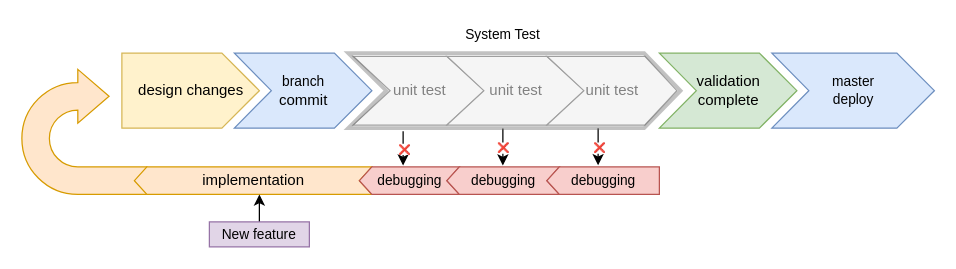
JosiahMendes/MIPS32-T501 keeps this draw.io diagram as docs/Testing_Flow.drawio. Above is the earlier version. Source tidied: cells renumbered, new cells numbered last; positions are measured from the earlier drawing's top-left corner, leaving out a move shared by most shapes. Both pictures are drawn from the tidied source at 125%, with x=0, y=0 at pixel (21, 21).
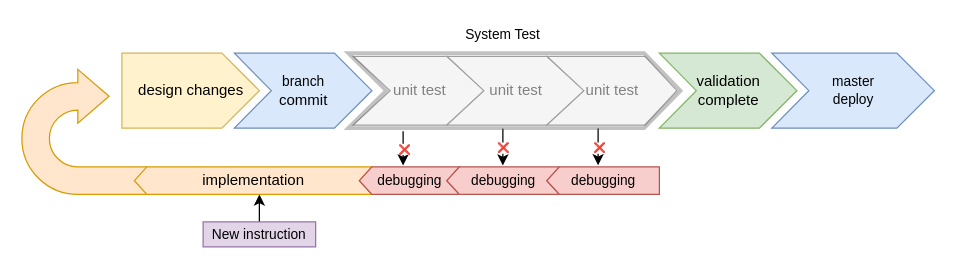
The same page after the edit.

The edit, as a diff of the source:
```diff
@@
-    <mxCell id="21" value="New feature" style="text;html=1;strokeColor=#9673a6;fillColor=#e1d5e7;align=center;verticalAlign=middle;whiteSpace=wrap;rounded=0;fontSize=11;" parent="1" vertex="1">
-      <mxGeometry x="150" y="160" width="80" height="20" as="geometry" />
+    <mxCell id="21" value="New instruction" style="text;html=1;strokeColor=#9673a6;fillColor=#e1d5e7;align=center;verticalAlign=middle;whiteSpace=wrap;rounded=0;fontSize=11;" parent="1" vertex="1">
+      <mxGeometry x="145" y="160" width="90" height="20" as="geometry" />
     </mxCell>
```
